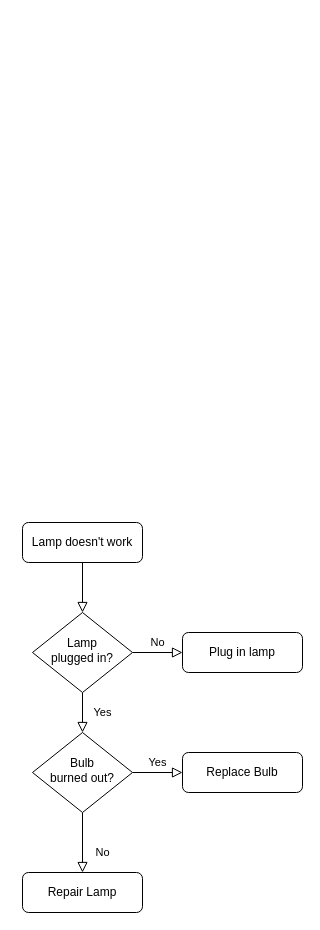
The draw.io diagram DesignDiagrams/Untitled Diagram.drawio in LNDCAI001/BlockchainThesis, before the edit. Source tidied: cells renumbered, new cells numbered last; positions are measured from the earlier drawing's top-left corner, leaving out a move shared by most shapes. Both pictures are drawn from the tidied source at 100%, with x=0, y=0 at pixel (22, 522).
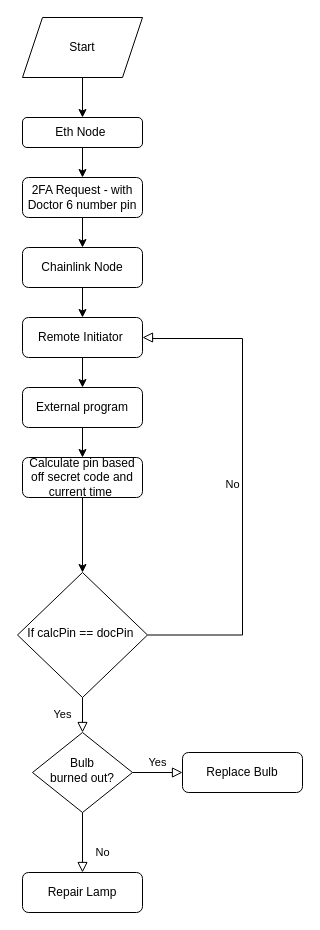
The same diagram, later.

Unchanged cells that the change refers to:
```xml
<mxCell id="10" value="Bulb&lt;br&gt;burned out?" style="rhombus;whiteSpace=wrap;html=1;shadow=0;fontFamily=Helvetica;fontSize=12;align=center;strokeWidth=1;spacing=6;spacingTop=-4;" parent="1" vertex="1">
  <mxGeometry x="10" y="210" width="100" height="80" as="geometry" />
</mxCell>
```

The edit, as a diff of the source:
```diff
@@
-    <mxCell id="2" style="rounded=0;html=1;jettySize=auto;fontSize=11;endArrow=block;endFill=0;endSize=8;strokeWidth=1;shadow=0;labelBackgroundColor=none;edgeStyle=orthogonalEdgeStyle;" parent="1" edge="1" source="3" target="6">
-      <mxGeometry relative="1" as="geometry" />
-    </mxCell>
+    <mxCell id="13" style="edgeStyle=orthogonalEdgeStyle;rounded=0;jettySize=auto;html=1;entryX=0.5;entryY=0;entryDx=0;entryDy=0;" parent="1" edge="1" source="3" target="21">
+      <mxGeometry relative="1" as="geometry" />
+    </mxCell>
-    <mxCell id="3" value="Lamp doesn't work" style="rounded=1;whiteSpace=wrap;html=1;fontSize=12;glass=0;strokeWidth=1;shadow=0;" parent="1" vertex="1">
-      <mxGeometry width="120" height="40" as="geometry" />
+    <mxCell id="3" value="2FA Request - with Doctor 6 number pin" style="rounded=1;whiteSpace=wrap;html=1;fontSize=12;glass=0;strokeWidth=1;shadow=0;" parent="1" vertex="1">
+      <mxGeometry y="-345" width="120" height="40" as="geometry" />
     </mxCell>
-    <mxCell id="4" value="Yes" style="rounded=0;html=1;jettySize=auto;fontSize=11;endArrow=block;endFill=0;endSize=8;strokeWidth=1;shadow=0;labelBackgroundColor=none;edgeStyle=orthogonalEdgeStyle;" parent="1" edge="1" source="6" target="10">
+    <mxCell id="4" value="Yes" style="rounded=0;html=1;jettySize=auto;fontSize=11;endArrow=block;endFill=0;endSize=8;strokeWidth=1;shadow=0;labelBackgroundColor=none;edgeStyle=orthogonalEdgeStyle;exitX=0.5;exitY=1;exitDx=0;exitDy=0;" parent="1" edge="1" source="6" target="10">
       <mxGeometry y="20" relative="1" as="geometry" />
     </mxCell>
-    <mxCell id="5" value="No" style="edgeStyle=orthogonalEdgeStyle;rounded=0;html=1;jettySize=auto;fontSize=11;endArrow=block;endFill=0;endSize=8;strokeWidth=1;shadow=0;labelBackgroundColor=none;" parent="1" edge="1" source="6" target="7">
-      <mxGeometry y="10" relative="1" as="geometry" />
+    <mxCell id="5" value="No" style="edgeStyle=orthogonalEdgeStyle;rounded=0;html=1;jettySize=auto;fontSize=11;endArrow=block;endFill=0;endSize=8;strokeWidth=1;shadow=0;labelBackgroundColor=none;exitX=1;exitY=0.5;exitDx=0;exitDy=0;" parent="1" edge="1" source="6">
+      <mxGeometry y="10" relative="1" as="geometry">
+        <mxPoint x="120" y="-185" as="targetPoint" />
+        <Array as="points">
+          <mxPoint x="220" y="112" />
+          <mxPoint x="220" y="-184" />
+          <mxPoint x="130" y="-184" />
+        </Array>
+      </mxGeometry>
     </mxCell>
-    <mxCell id="6" value="Lamp&lt;br&gt;plugged in?" style="rhombus;whiteSpace=wrap;html=1;shadow=0;fontFamily=Helvetica;fontSize=12;align=center;strokeWidth=1;spacing=6;spacingTop=-4;" parent="1" vertex="1">
-      <mxGeometry x="10" y="90" width="100" height="80" as="geometry" />
+    <mxCell id="6" value="If calcPin == docPin&amp;nbsp;" style="rhombus;whiteSpace=wrap;html=1;shadow=0;fontFamily=Helvetica;fontSize=12;align=center;strokeWidth=1;spacing=6;spacingTop=-4;" parent="1" vertex="1">
+      <mxGeometry x="-5" y="50" width="130" height="125" as="geometry" />
     </mxCell>
-    <mxCell id="7" value="Plug in lamp" style="rounded=1;whiteSpace=wrap;html=1;fontSize=12;glass=0;strokeWidth=1;shadow=0;" parent="1" vertex="1">
-      <mxGeometry x="160" y="110" width="120" height="40" as="geometry" />
-    </mxCell>
@@
+    <mxCell id="14" style="edgeStyle=orthogonalEdgeStyle;rounded=0;jettySize=auto;html=1;exitX=0.5;exitY=1;exitDx=0;exitDy=0;entryX=0.5;entryY=0;entryDx=0;entryDy=0;" parent="1" edge="1" source="15" target="6">
+      <mxGeometry relative="1" as="geometry" />
+    </mxCell>
+    <mxCell id="15" value="Calculate pin based off secret code and current time&amp;nbsp;" style="rounded=1;whiteSpace=wrap;html=1;" parent="1" vertex="1">
+      <mxGeometry y="-65" width="120" height="40" as="geometry" />
+    </mxCell>
+    <mxCell id="16" style="edgeStyle=orthogonalEdgeStyle;rounded=0;jettySize=auto;html=1;exitX=0.5;exitY=1;exitDx=0;exitDy=0;entryX=0.5;entryY=0;entryDx=0;entryDy=0;" parent="1" edge="1" source="17" target="19">
+      <mxGeometry relative="1" as="geometry" />
+    </mxCell>
+    <mxCell id="17" value="Start" style="shape=parallelogram;perimeter=parallelogramPerimeter;whiteSpace=wrap;html=1;fixedSize=1;" parent="1" vertex="1">
+      <mxGeometry y="-505" width="120" height="60" as="geometry" />
+    </mxCell>
+    <mxCell id="18" style="edgeStyle=orthogonalEdgeStyle;rounded=0;jettySize=auto;html=1;exitX=0.5;exitY=1;exitDx=0;exitDy=0;entryX=0.5;entryY=0;entryDx=0;entryDy=0;" parent="1" edge="1" source="19" target="3">
+      <mxGeometry relative="1" as="geometry" />
+    </mxCell>
+    <mxCell id="19" value="Eth Node&amp;nbsp;" style="rounded=1;whiteSpace=wrap;html=1;" parent="1" vertex="1">
+      <mxGeometry y="-405" width="120" height="30" as="geometry" />
+    </mxCell>
+    <mxCell id="20" style="edgeStyle=orthogonalEdgeStyle;rounded=0;jettySize=auto;html=1;" parent="1" edge="1" source="21" target="23">
+      <mxGeometry relative="1" as="geometry" />
+    </mxCell>
+    <mxCell id="21" value="Chainlink Node" style="rounded=1;whiteSpace=wrap;html=1;" parent="1" vertex="1">
+      <mxGeometry y="-275" width="120" height="40" as="geometry" />
+    </mxCell>
+    <mxCell id="22" style="edgeStyle=orthogonalEdgeStyle;rounded=0;jettySize=auto;html=1;entryX=0.5;entryY=0;entryDx=0;entryDy=0;" parent="1" edge="1" source="23" target="25">
+      <mxGeometry relative="1" as="geometry" />
+    </mxCell>
+    <mxCell id="23" value="Remote Initiator&amp;nbsp;" style="rounded=1;whiteSpace=wrap;html=1;" parent="1" vertex="1">
+      <mxGeometry y="-205" width="120" height="40" as="geometry" />
+    </mxCell>
+    <mxCell id="24" style="edgeStyle=orthogonalEdgeStyle;rounded=0;jettySize=auto;html=1;entryX=0.5;entryY=0;entryDx=0;entryDy=0;" parent="1" edge="1" source="25" target="15">
+      <mxGeometry relative="1" as="geometry" />
+    </mxCell>
+    <mxCell id="25" value="External program" style="rounded=1;whiteSpace=wrap;html=1;" parent="1" vertex="1">
+      <mxGeometry y="-135" width="120" height="40" as="geometry" />
+    </mxCell>
```
